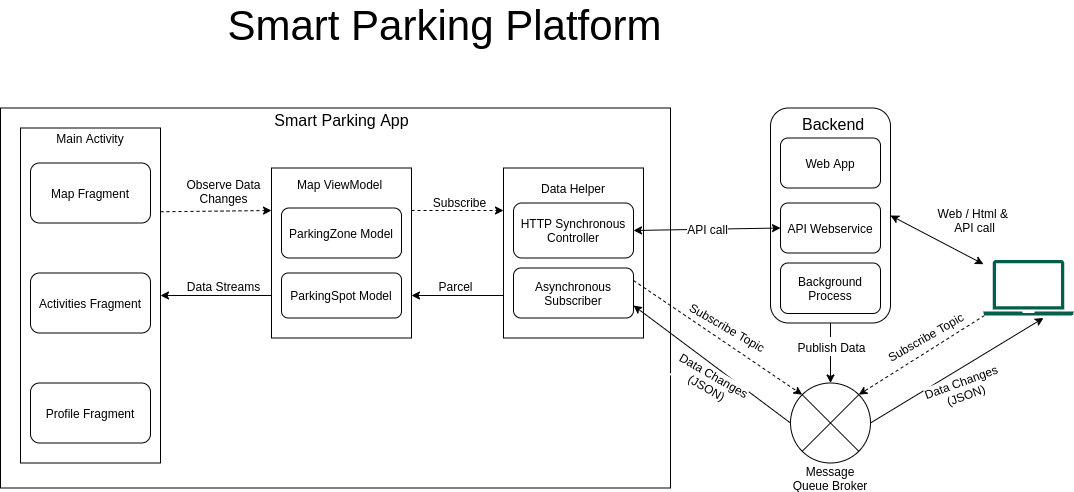
The draw.io diagram docs/platform.png in Privacy-Preserving-Hybrid-Sensing/Parking-Backend, before a commit. Source tidied: cells renumbered, new cells last; positions are measured from the earlier drawing's top-left corner, leaving out a move shared by most shapes. Source of this version:
```xml
<mxGraphModel>
  <root>
    <mxCell id="0" />
    <mxCell id="1" parent="0" />
    <mxCell id="2" style="rounded=0;whiteSpace=wrap;html=1;" parent="1" vertex="1">
      <mxGeometry y="92.5" width="670" height="380" as="geometry" />
    </mxCell>
    <mxCell id="3" style="rounded=0;whiteSpace=wrap;html=1;" parent="1" vertex="1">
      <mxGeometry x="503" y="152.5" width="140" height="170" as="geometry" />
    </mxCell>
    <mxCell id="4" style="rounded=0;whiteSpace=wrap;html=1;" parent="1" vertex="1">
      <mxGeometry x="20" y="112.5" width="140" height="335" as="geometry" />
    </mxCell>
    <mxCell id="5" value="Map Fragment" style="rounded=1;whiteSpace=wrap;html=1;" parent="1" vertex="1">
      <mxGeometry x="30" y="147.5" width="120" height="60" as="geometry" />
    </mxCell>
    <mxCell id="6" value="Activities Fragment" style="rounded=1;whiteSpace=wrap;html=1;" parent="1" vertex="1">
      <mxGeometry x="30" y="257.5" width="120" height="60" as="geometry" />
    </mxCell>
    <mxCell id="7" value="Profile Fragment" style="rounded=1;whiteSpace=wrap;html=1;" parent="1" vertex="1">
      <mxGeometry x="30" y="367.5" width="120" height="60" as="geometry" />
    </mxCell>
    <mxCell id="8" style="rounded=0;whiteSpace=wrap;html=1;" parent="1" vertex="1">
      <mxGeometry x="271" y="152.5" width="140" height="170" as="geometry" />
    </mxCell>
    <mxCell id="9" value="Main Activity" style="text;html=1;strokeColor=none;fillColor=none;align=center;verticalAlign=middle;whiteSpace=wrap;rounded=0;" parent="1" vertex="1">
      <mxGeometry x="40" y="112.5" width="100" height="20" as="geometry" />
    </mxCell>
    <mxCell id="10" value="ParkingZone Model" style="rounded=1;whiteSpace=wrap;html=1;" parent="1" vertex="1">
      <mxGeometry x="281" y="192.5" width="120" height="50" as="geometry" />
    </mxCell>
    <mxCell id="11" value="ParkingSpot&amp;nbsp;Model" style="rounded=1;whiteSpace=wrap;html=1;" parent="1" vertex="1">
      <mxGeometry x="281" y="257.5" width="120" height="45" as="geometry" />
    </mxCell>
    <mxCell id="12" value="HTTP Synchronous Controller" style="rounded=1;whiteSpace=wrap;html=1;" parent="1" vertex="1">
      <mxGeometry x="513" y="187.5" width="120" height="55" as="geometry" />
    </mxCell>
    <mxCell id="13" value="Asynchronous Subscriber" style="rounded=1;whiteSpace=wrap;html=1;" parent="1" vertex="1">
      <mxGeometry x="513" y="252.5" width="120" height="50" as="geometry" />
    </mxCell>
    <mxCell id="14" value="Map ViewModel" style="text;html=1;" parent="1" vertex="1">
      <mxGeometry x="295" y="155.5" width="110" height="30" as="geometry" />
    </mxCell>
    <mxCell id="15" style="rounded=1;whiteSpace=wrap;html=1;" parent="1" vertex="1">
      <mxGeometry x="770" y="92.5" width="120" height="215" as="geometry" />
    </mxCell>
    <mxCell id="16" value="Backend" style="text;html=1;fontSize=16;" parent="1" vertex="1">
      <mxGeometry x="800" y="92.5" width="80" height="30" as="geometry" />
    </mxCell>
    <mxCell id="17" value="API Webservice" style="rounded=1;whiteSpace=wrap;html=1;" parent="1" vertex="1">
      <mxGeometry x="780" y="187.5" width="100" height="50" as="geometry" />
    </mxCell>
    <mxCell id="18" value="Background&lt;br&gt;Process" style="rounded=1;whiteSpace=wrap;html=1;" parent="1" vertex="1">
      <mxGeometry x="780" y="247.5" width="100" height="50.5" as="geometry" />
    </mxCell>
    <mxCell id="19" style="shape=sumEllipse;perimeter=ellipsePerimeter;whiteSpace=wrap;html=1;backgroundOutline=1;" parent="1" vertex="1">
      <mxGeometry x="790" y="367.5" width="80" height="80" as="geometry" />
    </mxCell>
    <mxCell id="20" style="endArrow=none;html=1;exitX=0.5;exitY=0;exitDx=0;exitDy=0;endFill=0;startArrow=classic;startFill=1;" parent="1" edge="1" source="19">
      <mxGeometry relative="1" as="geometry">
        <mxPoint x="830" y="307.5" as="targetPoint" />
      </mxGeometry>
    </mxCell>
    <mxCell id="21" value="&lt;font style=&quot;font-size: 12px&quot;&gt;Publish Data&lt;/font&gt;" style="text;html=1;align=center;verticalAlign=middle;labelBackgroundColor=#ffffff;fontSize=16;" parent="20" vertex="1">
      <mxGeometry x="0.52" relative="1" as="geometry">
        <mxPoint y="8.5" as="offset" />
      </mxGeometry>
    </mxCell>
    <mxCell id="22" style="endArrow=none;html=1;entryX=0;entryY=0.5;entryDx=0;entryDy=0;exitX=1;exitY=0.75;exitDx=0;exitDy=0;endFill=0;startArrow=classic;startFill=1;" parent="1" edge="1" source="13" target="19">
      <mxGeometry relative="1" as="geometry" />
    </mxCell>
    <mxCell id="23" value="Data Changes&lt;br&gt;(JSON)" style="text;html=1;align=center;verticalAlign=middle;labelBackgroundColor=#ffffff;rotation=30;" parent="22" vertex="1">
      <mxGeometry x="-0.17" y="-3" relative="1" as="geometry">
        <mxPoint x="13.9" y="24.3" as="offset" />
      </mxGeometry>
    </mxCell>
    <mxCell id="24" value="Data Helper" style="text;html=1;strokeColor=none;fillColor=none;align=center;verticalAlign=middle;whiteSpace=wrap;rounded=0;" parent="1" vertex="1">
      <mxGeometry x="528" y="162.5" width="90" height="20" as="geometry" />
    </mxCell>
    <mxCell id="25" value="Message Queue Broker" style="text;html=1;strokeColor=none;fillColor=none;align=center;verticalAlign=middle;whiteSpace=wrap;rounded=0;" parent="1" vertex="1">
      <mxGeometry x="785" y="452.5" width="90" height="20" as="geometry" />
    </mxCell>
    <mxCell id="26" value="&lt;font style=&quot;font-size: 12px&quot;&gt;API call&lt;/font&gt;" style="endArrow=classic;html=1;entryX=0;entryY=0.5;entryDx=0;entryDy=0;exitX=1;exitY=0.5;exitDx=0;exitDy=0;startArrow=classic;startFill=1;endFill=1;" parent="1" edge="1" source="12" target="17">
      <mxGeometry relative="1" as="geometry" />
    </mxCell>
    <mxCell id="27" style="endArrow=classic;dashed=1;html=1;exitX=1;exitY=0.25;exitDx=0;exitDy=0;entryX=0;entryY=0.25;entryDx=0;entryDy=0;endFill=1;" parent="1" edge="1" source="4" target="8">
      <mxGeometry relative="1" as="geometry" />
    </mxCell>
    <mxCell id="28" value="Observe Data&lt;br&gt;Changes" style="text;html=1;align=center;verticalAlign=middle;labelBackgroundColor=#ffffff;" parent="27" vertex="1">
      <mxGeometry x="-0.13" relative="1" as="geometry">
        <mxPoint x="15" y="-20" as="offset" />
      </mxGeometry>
    </mxCell>
    <mxCell id="29" style="endArrow=classic;html=1;entryX=1;entryY=0.5;entryDx=0;entryDy=0;exitX=0;exitY=0.75;exitDx=0;exitDy=0;" parent="1" edge="1" source="8" target="4">
      <mxGeometry relative="1" as="geometry" />
    </mxCell>
    <mxCell id="30" value="Data Streams&lt;br&gt;" style="text;html=1;align=center;verticalAlign=middle;labelBackgroundColor=#ffffff;" parent="29" vertex="1">
      <mxGeometry x="0.24" y="1" relative="1" as="geometry">
        <mxPoint x="20" y="-11" as="offset" />
      </mxGeometry>
    </mxCell>
    <mxCell id="31" style="endArrow=classic;dashed=1;html=1;exitX=1;exitY=0.25;exitDx=0;exitDy=0;entryX=0;entryY=0.25;entryDx=0;entryDy=0;endFill=1;" parent="1" edge="1" source="8" target="3">
      <mxGeometry relative="1" as="geometry" />
    </mxCell>
    <mxCell id="32" value="Subscribe" style="text;html=1;align=center;verticalAlign=middle;labelBackgroundColor=#ffffff;" parent="31" vertex="1">
      <mxGeometry x="-0.31" y="-5" relative="1" as="geometry">
        <mxPoint x="15.1" y="-13.4" as="offset" />
      </mxGeometry>
    </mxCell>
    <mxCell id="33" style="endArrow=none;html=1;entryX=0;entryY=0.75;entryDx=0;entryDy=0;exitX=1;exitY=0.75;exitDx=0;exitDy=0;startArrow=classic;startFill=1;" parent="1" edge="1" source="8" target="3">
      <mxGeometry relative="1" as="geometry" />
    </mxCell>
    <mxCell id="34" value="Parcel" style="text;html=1;align=center;verticalAlign=middle;labelBackgroundColor=#ffffff;" parent="33" vertex="1">
      <mxGeometry x="-0.29" y="-4" relative="1" as="geometry">
        <mxPoint x="10" y="-14" as="offset" />
      </mxGeometry>
    </mxCell>
    <mxCell id="35" style="shadow=0;dashed=0;html=1;strokeColor=none;fillColor=#005F4B;labelPosition=center;verticalLabelPosition=bottom;verticalAlign=top;align=center;outlineConnect=0;shape=mxgraph.veeam2.laptop;" parent="1" vertex="1">
      <mxGeometry x="983" y="244.5" width="90" height="55.5" as="geometry" />
    </mxCell>
    <mxCell id="36" style="endArrow=classic;dashed=1;html=1;entryX=0;entryY=0;entryDx=0;entryDy=0;exitX=1;exitY=0.25;exitDx=0;exitDy=0;endFill=1;" parent="1" edge="1" source="13" target="19">
      <mxGeometry relative="1" as="geometry" />
    </mxCell>
    <mxCell id="37" value="Subscribe Topic" style="text;html=1;align=center;verticalAlign=middle;labelBackgroundColor=#ffffff;rotation=30;" parent="36" vertex="1">
      <mxGeometry x="-0.13" relative="1" as="geometry">
        <mxPoint x="20.5" y="-3.8" as="offset" />
      </mxGeometry>
    </mxCell>
    <mxCell id="38" value="Web App" style="rounded=1;whiteSpace=wrap;html=1;" parent="1" vertex="1">
      <mxGeometry x="780" y="122.5" width="100" height="50" as="geometry" />
    </mxCell>
    <mxCell id="39" style="endArrow=classic;html=1;exitX=1;exitY=0.5;exitDx=0;exitDy=0;startArrow=classic;startFill=1;endFill=1;" parent="1" edge="1" source="15" target="35">
      <mxGeometry relative="1" as="geometry" />
    </mxCell>
    <mxCell id="40" value="Web / Html &amp;amp; &lt;br&gt;API call" style="text;html=1;align=center;verticalAlign=middle;labelBackgroundColor=#ffffff;" parent="39" vertex="1">
      <mxGeometry x="-0.23" y="4" relative="1" as="geometry">
        <mxPoint x="45.7" y="-10" as="offset" />
      </mxGeometry>
    </mxCell>
    <mxCell id="41" style="endArrow=none;html=1;entryX=1;entryY=0.5;entryDx=0;entryDy=0;endFill=0;startArrow=classic;startFill=1;" parent="1" edge="1" target="19">
      <mxGeometry relative="1" as="geometry">
        <mxPoint x="1043" y="302.5" as="sourcePoint" />
      </mxGeometry>
    </mxCell>
    <mxCell id="42" value="Data Changes&lt;br&gt;(JSON)" style="text;html=1;align=center;verticalAlign=middle;labelBackgroundColor=#ffffff;rotation=-20;" parent="41" vertex="1">
      <mxGeometry x="-0.17" y="-3" relative="1" as="geometry">
        <mxPoint x="-7" y="29.6" as="offset" />
      </mxGeometry>
    </mxCell>
    <mxCell id="43" style="endArrow=classic;dashed=1;html=1;entryX=1;entryY=0;entryDx=0;entryDy=0;endFill=1;" parent="1" edge="1" source="35" target="19">
      <mxGeometry relative="1" as="geometry" />
    </mxCell>
    <mxCell id="44" value="Subscribe Topic" style="text;html=1;align=center;verticalAlign=middle;labelBackgroundColor=#ffffff;rotation=-30;" parent="43" vertex="1">
      <mxGeometry x="-0.13" relative="1" as="geometry">
        <mxPoint x="-5.1" y="-13" as="offset" />
      </mxGeometry>
    </mxCell>
    <mxCell id="45" value="Smart Parking Platform" style="text;html=1;strokeColor=none;fillColor=none;align=center;verticalAlign=middle;whiteSpace=wrap;rounded=0;fontSize=42;" parent="1" vertex="1">
      <mxGeometry x="200" width="489" height="20" as="geometry" />
    </mxCell>
    <mxCell id="46" value="Smart Parking App" style="text;html=1;strokeColor=none;fillColor=none;align=center;verticalAlign=middle;whiteSpace=wrap;rounded=0;fontSize=16;" parent="1" vertex="1">
      <mxGeometry x="246.5" y="95" width="189" height="20" as="geometry" />
    </mxCell>
  </root>
</mxGraphModel>
```
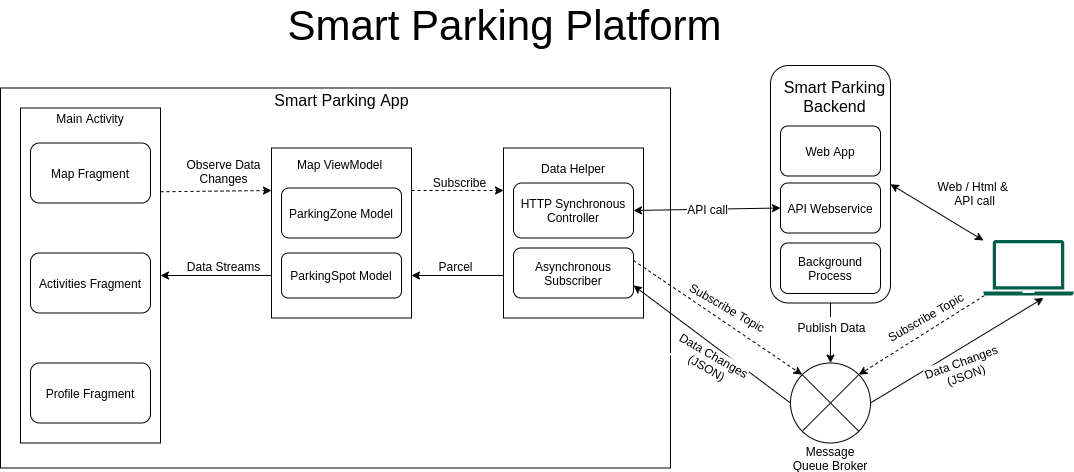
The same file after the commit.

What changed in the source:
```diff
@@ -42,10 +42,10 @@
       <mxGeometry x="295" y="155.5" width="110" height="30" as="geometry" />
     </mxCell>
     <mxCell id="15" style="rounded=1;whiteSpace=wrap;html=1;" parent="1" vertex="1">
-      <mxGeometry x="770" y="92.5" width="120" height="215" as="geometry" />
+      <mxGeometry x="770" y="70" width="120" height="237.5" as="geometry" />
     </mxCell>
-    <mxCell id="16" value="Backend" style="text;html=1;fontSize=16;" parent="1" vertex="1">
-      <mxGeometry x="800" y="92.5" width="80" height="30" as="geometry" />
+    <mxCell id="16" value="Smart Parking&lt;br&gt;Backend" style="text;html=1;fontSize=16;align=center;" parent="1" vertex="1">
+      <mxGeometry x="794" y="75.5" width="80" height="30" as="geometry" />
     </mxCell>
     <mxCell id="17" value="API Webservice" style="rounded=1;whiteSpace=wrap;html=1;" parent="1" vertex="1">
       <mxGeometry x="780" y="187.5" width="100" height="50" as="geometry" />
@@ -127,7 +127,7 @@
       </mxGeometry>
     </mxCell>
     <mxCell id="38" value="Web App" style="rounded=1;whiteSpace=wrap;html=1;" parent="1" vertex="1">
-      <mxGeometry x="780" y="122.5" width="100" height="50" as="geometry" />
+      <mxGeometry x="780" y="130.5" width="100" height="50" as="geometry" />
     </mxCell>
     <mxCell id="39" style="endArrow=classic;html=1;exitX=1;exitY=0.5;exitDx=0;exitDy=0;startArrow=classic;startFill=1;endFill=1;" parent="1" edge="1" source="15" target="35">
       <mxGeometry relative="1" as="geometry" />
@@ -156,7 +156,7 @@
       </mxGeometry>
     </mxCell>
     <mxCell id="45" value="Smart Parking Platform" style="text;html=1;strokeColor=none;fillColor=none;align=center;verticalAlign=middle;whiteSpace=wrap;rounded=0;fontSize=42;" parent="1" vertex="1">
-      <mxGeometry x="200" width="489" height="20" as="geometry" />
+      <mxGeometry x="260" y="20" width="489" height="20" as="geometry" />
     </mxCell>
     <mxCell id="46" value="Smart Parking App" style="text;html=1;strokeColor=none;fillColor=none;align=center;verticalAlign=middle;whiteSpace=wrap;rounded=0;fontSize=16;" parent="1" vertex="1">
       <mxGeometry x="246.5" y="95" width="189" height="20" as="geometry" />
```
